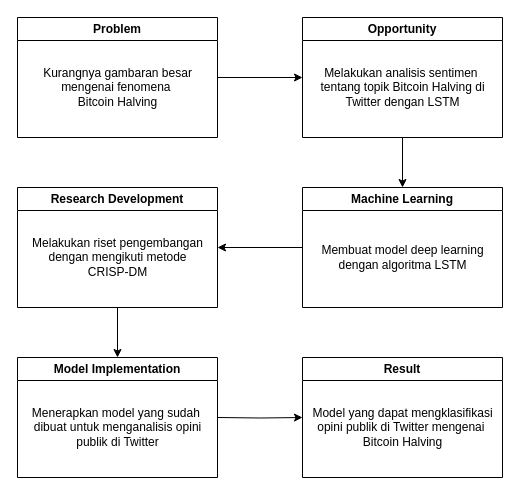
This is Untitled Diagram.drawio from nugrahaas/diagram-project-rpl, a draw.io file, before an edit. Source tidied: cells renumbered, new cells numbered last; positions are measured from the earlier drawing's top-left corner, leaving out a move shared by most shapes. Both pictures are drawn from the tidied source at 100%, with x=0, y=0 at pixel (17, 17).
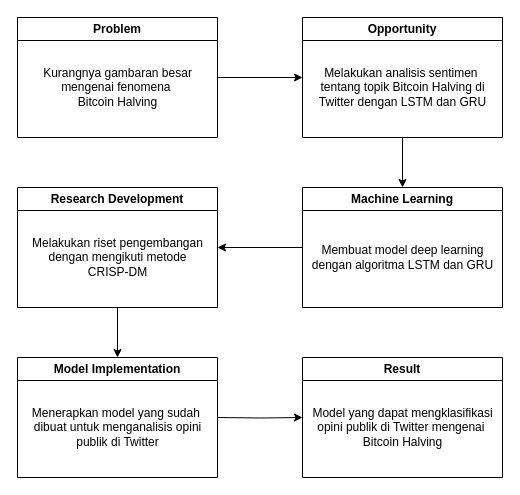
Above is the later version.

What changed in the source:
```diff
@@
 <mxGraphModel>
   <root>
     <mxCell id="0" />
     <mxCell id="1" parent="0" />
     <mxCell id="2" style="edgeStyle=orthogonalEdgeStyle;rounded=0;jettySize=auto;html=1;exitX=1;exitY=0.5;exitDx=0;exitDy=0;entryX=0;entryY=0.5;entryDx=0;entryDy=0;" parent="1" edge="1" source="3" target="5">
       <mxGeometry relative="1" as="geometry" />
     </mxCell>
     <mxCell id="3" value="Problem" style="swimlane;whiteSpace=wrap;html=1;" parent="1" vertex="1">
       <mxGeometry width="200" height="120" as="geometry" />
     </mxCell>
     <mxCell id="4" value="Kurangnya gambaran besar&lt;div&gt;mengenai fenomena&amp;nbsp;&lt;/div&gt;&lt;div&gt;Bitcoin Halving&lt;/div&gt;" style="text;html=1;align=center;verticalAlign=middle;strokeColor=none;fillColor=none;" parent="3" vertex="1">
       <mxGeometry x="15" y="40" width="170" height="60" as="geometry" />
     </mxCell>
     <mxCell id="5" value="Opportunity" style="swimlane;whiteSpace=wrap;html=1;" parent="1" vertex="1">
       <mxGeometry x="285" width="200" height="120" as="geometry" />
     </mxCell>
-    <mxCell id="6" value="Melakukan analisis sentimen&amp;nbsp;&lt;div&gt;tentang topik Bitcoin Halving di&lt;/div&gt;&lt;div&gt;Twitter dengan LSTM&lt;/div&gt;" style="text;html=1;align=center;verticalAlign=middle;strokeColor=none;fillColor=none;" parent="5" vertex="1">
+    <mxCell id="6" value="Melakukan analisis sentimen&amp;nbsp;&lt;div&gt;tentang topik Bitcoin Halving di&lt;/div&gt;&lt;div&gt;Twitter dengan LSTM dan GRU&lt;/div&gt;" style="text;html=1;align=center;verticalAlign=middle;strokeColor=none;fillColor=none;" parent="5" vertex="1">
       <mxGeometry x="5" y="40" width="190" height="60" as="geometry" />
     </mxCell>
     <mxCell id="7" style="edgeStyle=orthogonalEdgeStyle;rounded=0;jettySize=auto;html=1;exitX=0;exitY=0.5;exitDx=0;exitDy=0;entryX=1;entryY=0.5;entryDx=0;entryDy=0;" parent="1" edge="1" source="8" target="11">
       <mxGeometry relative="1" as="geometry" />
     </mxCell>
     <mxCell id="8" value="Machine Learning" style="swimlane;whiteSpace=wrap;html=1;startSize=23;" parent="1" vertex="1">
       <mxGeometry x="285" y="170" width="200" height="120" as="geometry" />
     </mxCell>
-    <mxCell id="9" value="Membuat model deep learning&lt;div&gt;dengan algoritma LSTM&lt;/div&gt;" style="text;html=1;align=center;verticalAlign=middle;strokeColor=none;fillColor=none;" parent="8" vertex="1">
-      <mxGeometry x="5" y="50" width="190" height="40" as="geometry" />
+    <mxCell id="9" value="Membuat model deep learning&lt;div&gt;dengan algoritma LSTM dan GRU&lt;/div&gt;" style="text;html=1;align=center;verticalAlign=middle;strokeColor=none;fillColor=none;" parent="8" vertex="1">
+      <mxGeometry y="50" width="200" height="40" as="geometry" />
     </mxCell>
     <mxCell id="10" style="edgeStyle=orthogonalEdgeStyle;rounded=0;jettySize=auto;html=1;exitX=0.5;exitY=1;exitDx=0;exitDy=0;entryX=0.5;entryY=0;entryDx=0;entryDy=0;" parent="1" edge="1" source="11" target="14">
       <mxGeometry relative="1" as="geometry" />
     </mxCell>
     <mxCell id="11" value="Research Development" style="swimlane;whiteSpace=wrap;html=1;" parent="1" vertex="1">
       <mxGeometry y="170" width="200" height="120" as="geometry" />
     </mxCell>
     <mxCell id="12" value="Melakukan riset pengembangan&lt;div&gt;dengan mengikuti metode&lt;/div&gt;&lt;div&gt;CRISP-DM&lt;/div&gt;" style="text;html=1;align=center;verticalAlign=middle;strokeColor=none;fillColor=none;" parent="11" vertex="1">
       <mxGeometry x="5" y="40" width="190" height="60" as="geometry" />
     </mxCell>
     <mxCell id="13" style="edgeStyle=orthogonalEdgeStyle;rounded=0;jettySize=auto;html=1;entryX=0;entryY=0.5;entryDx=0;entryDy=0;" parent="1" edge="1" target="16">
       <mxGeometry relative="1" as="geometry">
         <mxPoint x="200" y="400" as="sourcePoint" />
       </mxGeometry>
     </mxCell>
     <mxCell id="14" value="Model Implementation" style="swimlane;whiteSpace=wrap;html=1;" parent="1" vertex="1">
       <mxGeometry y="340" width="200" height="120" as="geometry" />
     </mxCell>
     <mxCell id="15" value="Menerapkan model yang sudah&amp;nbsp;&lt;div&gt;dibuat untuk menganalisis opini&lt;/div&gt;&lt;div&gt;publik di Twitter&lt;/div&gt;" style="text;html=1;align=center;verticalAlign=middle;strokeColor=none;fillColor=none;" parent="14" vertex="1">
       <mxGeometry x="5" y="40" width="190" height="60" as="geometry" />
     </mxCell>
     <mxCell id="16" value="Result" style="swimlane;whiteSpace=wrap;html=1;" parent="1" vertex="1">
       <mxGeometry x="285" y="340" width="200" height="120" as="geometry" />
     </mxCell>
     <mxCell id="17" value="Model yang dapat mengklasifikasi&lt;div&gt;opini publik di Twitter mengenai&amp;nbsp;&lt;/div&gt;&lt;div&gt;Bitcoin Halving&lt;/div&gt;" style="text;html=1;align=center;verticalAlign=middle;strokeColor=none;fillColor=none;" parent="16" vertex="1">
       <mxGeometry y="40" width="200" height="60" as="geometry" />
     </mxCell>
     <mxCell id="18" style="edgeStyle=orthogonalEdgeStyle;rounded=0;jettySize=auto;html=1;entryX=0.5;entryY=0;entryDx=0;entryDy=0;exitX=0.5;exitY=1;exitDx=0;exitDy=0;" parent="1" edge="1" source="5" target="8">
       <mxGeometry relative="1" as="geometry" />
     </mxCell>
   </root>
 </mxGraphModel>
```
